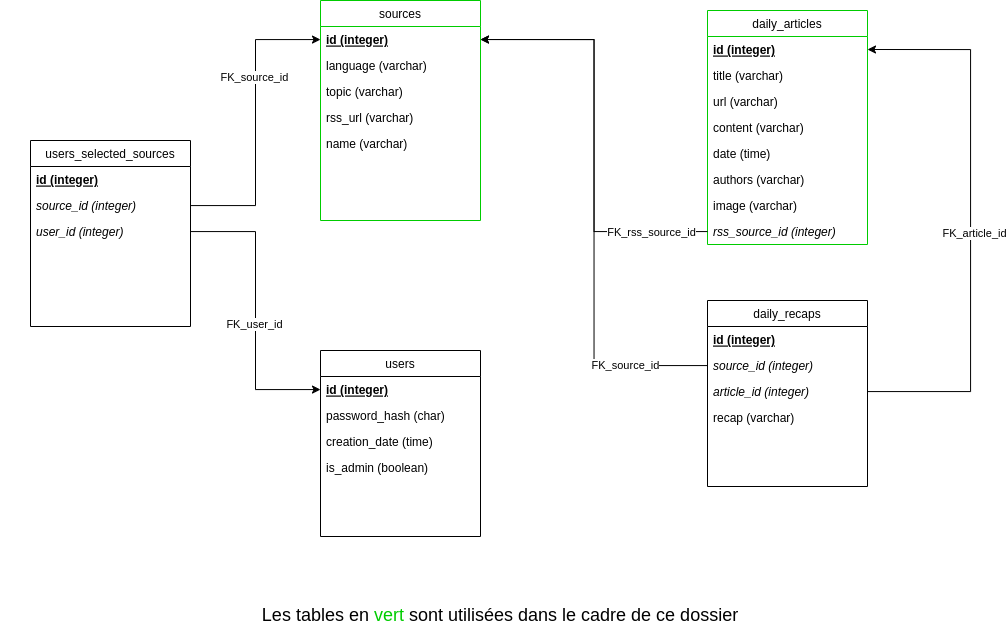
Earlier version of the draw.io export report/img/MPD_E1.png (vinpap/your_news_anchor). Source tidied: cells renumbered, new cells last; positions are measured from the earlier drawing's top-left corner, leaving out a move shared by most shapes.
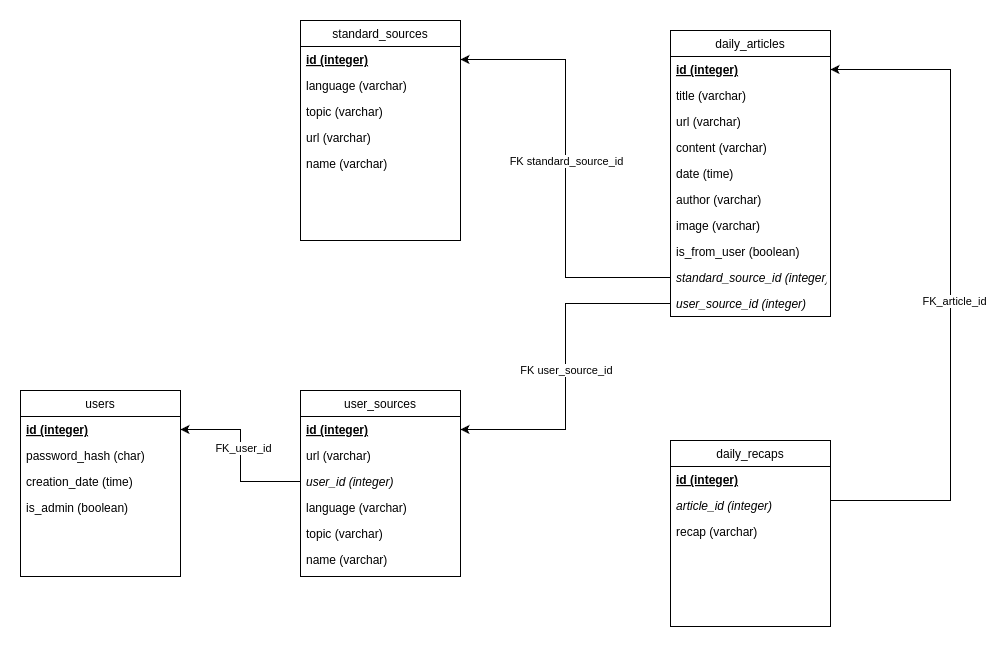
After the commit.

Commit message:
:memo: updated report

The edit, as a diff of the source:
```diff
@@ -2,8 +2,8 @@
   <root>
     <mxCell id="0" />
     <mxCell id="1" parent="0" />
-    <mxCell id="2" value="daily_articles" style="swimlane;fontStyle=0;align=center;verticalAlign=top;horizontal=1;startSize=26;rounded=0;shadow=0;strokeWidth=1;strokeColor=#00CC00;" parent="1" vertex="1">
-      <mxGeometry x="707" y="10" width="160" height="234" as="geometry" />
+    <mxCell id="2" value="daily_articles" style="swimlane;fontStyle=0;align=center;verticalAlign=top;horizontal=1;startSize=26;rounded=0;shadow=0;strokeWidth=1;strokeColor=#000000;" parent="1" vertex="1">
+      <mxGeometry x="690" y="10" width="160" height="286" as="geometry" />
     </mxCell>
     <mxCell id="3" value="id (integer)" style="text;align=left;verticalAlign=top;spacingLeft=4;spacingRight=4;overflow=hidden;points=[[0,0.5],[1,0.5]];portConstraint=eastwest;fontStyle=5;" parent="2" vertex="1">
       <mxGeometry y="26" width="160" height="26" as="geometry" />
@@ -20,16 +20,22 @@
     <mxCell id="7" value="date (time)" style="text;align=left;verticalAlign=top;spacingLeft=4;spacingRight=4;overflow=hidden;fontStyle=0;" parent="2" vertex="1">
       <mxGeometry y="130" width="160" height="26" as="geometry" />
     </mxCell>
-    <mxCell id="8" value="authors (varchar)" style="text;align=left;verticalAlign=top;spacingLeft=4;spacingRight=4;overflow=hidden;fontStyle=0;" parent="2" vertex="1">
+    <mxCell id="8" value="author (varchar)" style="text;align=left;verticalAlign=top;spacingLeft=4;spacingRight=4;overflow=hidden;fontStyle=0;" parent="2" vertex="1">
       <mxGeometry y="156" width="160" height="26" as="geometry" />
     </mxCell>
     <mxCell id="9" value="image (varchar)" style="text;align=left;verticalAlign=top;spacingLeft=4;spacingRight=4;overflow=hidden;fontStyle=0;" parent="2" vertex="1">
       <mxGeometry y="182" width="160" height="26" as="geometry" />
     </mxCell>
-    <mxCell id="10" value="rss_source_id (integer)" style="text;align=left;verticalAlign=top;spacingLeft=4;spacingRight=4;overflow=hidden;points=[[0,0.5],[1,0.5]];portConstraint=eastwest;fontStyle=2;" parent="2" vertex="1">
+    <mxCell id="10" value="is_from_user (boolean)" style="text;align=left;verticalAlign=top;spacingLeft=4;spacingRight=4;overflow=hidden;points=[[0,0.5],[1,0.5]];portConstraint=eastwest;fontStyle=0;" parent="2" vertex="1">
       <mxGeometry y="208" width="160" height="26" as="geometry" />
     </mxCell>
+    <mxCell id="42" value="standard_source_id (integer)" style="text;align=left;verticalAlign=top;spacingLeft=4;spacingRight=4;overflow=hidden;points=[[0,0.5],[1,0.5]];portConstraint=eastwest;fontStyle=2;" parent="2" vertex="1">
+      <mxGeometry y="234" width="160" height="26" as="geometry" />
+    </mxCell>
+    <mxCell id="43" value="user_source_id (integer)" style="text;align=left;verticalAlign=top;spacingLeft=4;spacingRight=4;overflow=hidden;points=[[0,0.5],[1,0.5]];portConstraint=eastwest;fontStyle=2;" parent="2" vertex="1">
+      <mxGeometry y="260" width="160" height="26" as="geometry" />
+    </mxCell>
-    <mxCell id="11" value="sources" style="swimlane;fontStyle=0;align=center;verticalAlign=top;horizontal=1;startSize=26;rounded=0;shadow=0;strokeWidth=1;strokeColor=#00CC00;" parent="1" vertex="1">
+    <mxCell id="11" value="standard_sources" style="swimlane;fontStyle=0;align=center;verticalAlign=top;horizontal=1;startSize=26;rounded=0;shadow=0;strokeWidth=1;strokeColor=#000000;" parent="1" vertex="1">
       <mxGeometry x="320" width="160" height="220" as="geometry" />
     </mxCell>
     <mxCell id="12" value="id (integer)" style="text;align=left;verticalAlign=top;spacingLeft=4;spacingRight=4;overflow=hidden;points=[[0,0.5],[1,0.5]];portConstraint=eastwest;fontStyle=5;" parent="11" vertex="1">
@@ -41,29 +47,26 @@
     <mxCell id="14" value="topic (varchar)" style="text;align=left;verticalAlign=top;spacingLeft=4;spacingRight=4;overflow=hidden;rounded=0;shadow=0;html=0;" parent="11" vertex="1">
       <mxGeometry y="78" width="160" height="26" as="geometry" />
     </mxCell>
-    <mxCell id="15" value="rss_url (varchar)" style="text;align=left;verticalAlign=top;spacingLeft=4;spacingRight=4;overflow=hidden;rounded=0;shadow=0;html=0;" parent="11" vertex="1">
+    <mxCell id="15" value="url (varchar)" style="text;align=left;verticalAlign=top;spacingLeft=4;spacingRight=4;overflow=hidden;rounded=0;shadow=0;html=0;" parent="11" vertex="1">
       <mxGeometry y="104" width="160" height="26" as="geometry" />
     </mxCell>
     <mxCell id="16" value="name (varchar)" style="text;align=left;verticalAlign=top;spacingLeft=4;spacingRight=4;overflow=hidden;rounded=0;shadow=0;html=0;" parent="11" vertex="1">
       <mxGeometry y="130" width="160" height="26" as="geometry" />
     </mxCell>
     <mxCell id="17" value="daily_recaps" style="swimlane;fontStyle=0;align=center;verticalAlign=top;horizontal=1;startSize=26;rounded=0;shadow=0;strokeWidth=1;" parent="1" vertex="1">
-      <mxGeometry x="707" y="300" width="160" height="186" as="geometry" />
+      <mxGeometry x="690" y="420" width="160" height="186" as="geometry" />
     </mxCell>
     <mxCell id="18" value="id (integer)" style="text;align=left;verticalAlign=top;spacingLeft=4;spacingRight=4;overflow=hidden;fontStyle=5;" parent="17" vertex="1">
       <mxGeometry y="26" width="160" height="26" as="geometry" />
     </mxCell>
-    <mxCell id="19" value="source_id (integer)" style="text;align=left;verticalAlign=top;spacingLeft=4;spacingRight=4;overflow=hidden;points=[[0,0.5],[1,0.5]];portConstraint=eastwest;fontStyle=2;" parent="17" vertex="1">
-      <mxGeometry y="52" width="160" height="26" as="geometry" />
-    </mxCell>
     <mxCell id="20" value="article_id (integer)" style="text;align=left;verticalAlign=top;spacingLeft=4;spacingRight=4;overflow=hidden;points=[[0,0.5],[1,0.5]];portConstraint=eastwest;fontStyle=2;" parent="17" vertex="1">
-      <mxGeometry y="78" width="160" height="26" as="geometry" />
+      <mxGeometry y="52" width="160" height="26" as="geometry" />
     </mxCell>
     <mxCell id="21" value="recap (varchar)" style="text;align=left;verticalAlign=top;spacingLeft=4;spacingRight=4;overflow=hidden;fontStyle=0;" parent="17" vertex="1">
-      <mxGeometry y="104" width="160" height="26" as="geometry" />
+      <mxGeometry y="78" width="160" height="26" as="geometry" />
     </mxCell>
     <mxCell id="22" value="users" style="swimlane;fontStyle=0;align=center;verticalAlign=top;horizontal=1;startSize=26;rounded=0;shadow=0;strokeWidth=1;" parent="1" vertex="1">
-      <mxGeometry x="320" y="350" width="160" height="186" as="geometry" />
+      <mxGeometry x="40" y="370" width="160" height="186" as="geometry" />
     </mxCell>
     <mxCell id="23" value="id (integer)" style="text;align=left;verticalAlign=top;spacingLeft=4;spacingRight=4;overflow=hidden;points=[[0,0.5],[1,0.5]];portConstraint=eastwest;fontStyle=5;" parent="22" vertex="1">
       <mxGeometry y="26" width="160" height="26" as="geometry" />
@@ -77,48 +80,38 @@
     <mxCell id="26" value="is_admin (boolean)" style="text;align=left;verticalAlign=top;spacingLeft=4;spacingRight=4;overflow=hidden;fontStyle=0;" parent="22" vertex="1">
       <mxGeometry y="104" width="160" height="26" as="geometry" />
     </mxCell>
-    <mxCell id="27" value="users_selected_sources" style="swimlane;fontStyle=0;align=center;verticalAlign=top;horizontal=1;startSize=26;rounded=0;shadow=0;strokeWidth=1;" parent="1" vertex="1">
-      <mxGeometry x="30" y="140" width="160" height="186" as="geometry" />
+    <mxCell id="27" value="user_sources" style="swimlane;fontStyle=0;align=center;verticalAlign=top;horizontal=1;startSize=26;rounded=0;shadow=0;strokeWidth=1;" parent="1" vertex="1">
+      <mxGeometry x="320" y="370" width="160" height="186" as="geometry" />
     </mxCell>
     <mxCell id="28" value="id (integer)" style="text;align=left;verticalAlign=top;spacingLeft=4;spacingRight=4;overflow=hidden;points=[[0,0.5],[1,0.5]];portConstraint=eastwest;fontStyle=5;" parent="27" vertex="1">
       <mxGeometry y="26" width="160" height="26" as="geometry" />
     </mxCell>
-    <mxCell id="29" value="source_id (integer)" style="text;align=left;verticalAlign=top;spacingLeft=4;spacingRight=4;overflow=hidden;points=[[0,0.5],[1,0.5]];portConstraint=eastwest;fontStyle=2;" parent="27" vertex="1">
+    <mxCell id="29" value="url (varchar)" style="text;align=left;verticalAlign=top;spacingLeft=4;spacingRight=4;overflow=hidden;points=[[0,0.5],[1,0.5]];portConstraint=eastwest;fontStyle=0;" parent="27" vertex="1">
       <mxGeometry y="52" width="160" height="26" as="geometry" />
     </mxCell>
     <mxCell id="30" value="user_id (integer)" style="text;align=left;verticalAlign=top;spacingLeft=4;spacingRight=4;overflow=hidden;points=[[0,0.5],[1,0.5]];portConstraint=eastwest;fontStyle=2;" parent="27" vertex="1">
       <mxGeometry y="78" width="160" height="26" as="geometry" />
     </mxCell>
-    <mxCell id="31" style="edgeStyle=orthogonalEdgeStyle;rounded=0;jettySize=auto;html=1;" parent="1" edge="1" source="29" target="12">
-      <mxGeometry relative="1" as="geometry" />
-    </mxCell>
-    <mxCell id="32" value="FK_source_id" style="edgeLabel;html=1;align=center;verticalAlign=middle;" parent="31" vertex="1">
-      <mxGeometry x="0.3" y="2" relative="1" as="geometry" />
-    </mxCell>
+    <mxCell id="44" value="language (varchar)" style="text;align=left;verticalAlign=top;spacingLeft=4;spacingRight=4;overflow=hidden;fontStyle=0;" parent="27" vertex="1">
+      <mxGeometry y="104" width="160" height="26" as="geometry" />
+    </mxCell>
+    <mxCell id="45" value="topic (varchar)" style="text;align=left;verticalAlign=top;spacingLeft=4;spacingRight=4;overflow=hidden;fontStyle=0;" parent="27" vertex="1">
+      <mxGeometry y="130" width="160" height="26" as="geometry" />
+    </mxCell>
+    <mxCell id="46" value="name (varchar)" style="text;align=left;verticalAlign=top;spacingLeft=4;spacingRight=4;overflow=hidden;fontStyle=0;" parent="27" vertex="1">
+      <mxGeometry y="156" width="160" height="26" as="geometry" />
+    </mxCell>
     <mxCell id="33" style="edgeStyle=orthogonalEdgeStyle;rounded=0;jettySize=auto;html=1;" parent="1" edge="1" source="30" target="23">
       <mxGeometry relative="1" as="geometry" />
     </mxCell>
     <mxCell id="34" value="FK_user_id" style="edgeLabel;html=1;align=center;verticalAlign=middle;" parent="33" vertex="1">
       <mxGeometry x="0.1" y="-2" relative="1" as="geometry" />
     </mxCell>
-    <mxCell id="35" style="edgeStyle=orthogonalEdgeStyle;rounded=0;jettySize=auto;html=1;entryX=1;entryY=0.5;entryDx=0;entryDy=0;" parent="1" edge="1" source="10" target="12">
-      <mxGeometry relative="1" as="geometry" />
-    </mxCell>
-    <mxCell id="36" value="FK_rss_source_id" style="edgeLabel;html=1;align=center;verticalAlign=middle;" parent="35" vertex="1">
-      <mxGeometry x="-0.62" y="-3" relative="1" as="geometry">
-        <mxPoint x="23" y="3" as="offset" />
-      </mxGeometry>
-    </mxCell>
-    <mxCell id="37" style="edgeStyle=orthogonalEdgeStyle;rounded=0;jettySize=auto;html=1;" parent="1" edge="1" source="19" target="12">
-      <mxGeometry relative="1" as="geometry" />
-    </mxCell>
-    <mxCell id="38" value="FK_source_id" style="edgeLabel;html=1;align=center;verticalAlign=middle;" parent="37" vertex="1">
-      <mxGeometry x="-0.7" y="-1" relative="1" as="geometry" />
-    </mxCell>
     <mxCell id="39" style="edgeStyle=orthogonalEdgeStyle;rounded=0;jettySize=auto;html=1;entryX=1;entryY=0.5;entryDx=0;entryDy=0;" parent="1" edge="1" source="20" target="3">
       <mxGeometry relative="1" as="geometry">
         <Array as="points">
-          <mxPoint x="970" y="391" />
+          <mxPoint x="850" y="480" />
+          <mxPoint x="970" y="480" />
           <mxPoint x="970" y="49" />
         </Array>
       </mxGeometry>
@@ -126,8 +119,17 @@
     <mxCell id="40" value="FK_article_id" style="edgeLabel;html=1;align=center;verticalAlign=middle;" parent="39" vertex="1">
       <mxGeometry x="-0.05" y="-3" relative="1" as="geometry" />
     </mxCell>
-    <mxCell id="41" value="&lt;font style=&quot;font-size: 18px;&quot;&gt;Les tables en &lt;font color=&quot;#00cc00&quot;&gt;vert&lt;/font&gt; sont utilisées dans le cadre de ce dossier&lt;/font&gt;" style="text;strokeColor=none;align=center;fillColor=none;html=1;verticalAlign=middle;whiteSpace=wrap;rounded=0;" parent="1" vertex="1">
-      <mxGeometry y="600" width="1000" height="30" as="geometry" />
-    </mxCell>
+    <mxCell id="47" style="edgeStyle=orthogonalEdgeStyle;rounded=0;jettySize=auto;html=1;entryX=1;entryY=0.5;entryDx=0;entryDy=0;" parent="1" edge="1" source="42" target="12">
+      <mxGeometry relative="1" as="geometry" />
+    </mxCell>
+    <mxCell id="48" value="FK standard_source_id" style="edgeLabel;html=1;align=center;verticalAlign=middle;" parent="47" vertex="1">
+      <mxGeometry x="0.04" relative="1" as="geometry" />
+    </mxCell>
+    <mxCell id="49" style="edgeStyle=orthogonalEdgeStyle;rounded=0;jettySize=auto;html=1;exitX=0;exitY=0.5;exitDx=0;exitDy=0;entryX=1;entryY=0.5;entryDx=0;entryDy=0;" parent="1" edge="1" source="43" target="28">
+      <mxGeometry relative="1" as="geometry" />
+    </mxCell>
+    <mxCell id="50" value="FK user_source_id" style="edgeLabel;html=1;align=center;verticalAlign=middle;" parent="49" vertex="1">
+      <mxGeometry x="0.02" relative="1" as="geometry" />
+    </mxCell>
   </root>
 </mxGraphModel>
```
